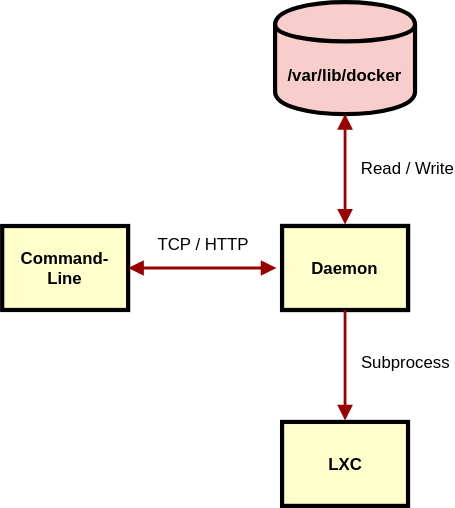
Above: assets/img/docker-work/architecture_2013.svg in CameronLonsdale/CameronLonsdale.github.io (draw.io), before the change. Source tidied: cells renumbered, new cells last; positions are measured from the earlier drawing's top-left corner, leaving out a move shared by most shapes.
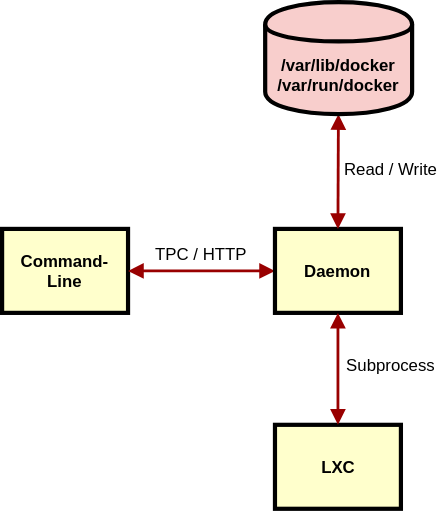
The same diagram one commit later.

Diff of the diagram source:
```diff
@@ -3,44 +3,37 @@
     <mxCell id="0" />
     <mxCell id="1" parent="0" />
     <mxCell id="2" value="Command-Line" style="whiteSpace=wrap;align=center;verticalAlign=middle;fontStyle=1;strokeWidth=3;fillColor=#FFFFCC;" parent="1" vertex="1">
-      <mxGeometry y="160" width="90" height="60" as="geometry" />
+      <mxGeometry x="6" y="-20" width="90" height="60" as="geometry" />
     </mxCell>
-    <mxCell id="3" style="edgeStyle=none;noEdgeStyle=1;strokeColor=#990000;strokeWidth=2;endArrow=block;endFill=1;startArrow=block;startFill=1;" parent="1" edge="1" source="2">
-      <mxGeometry relative="1" as="geometry">
-        <mxPoint x="196" y="190" as="targetPoint" />
-      </mxGeometry>
+    <mxCell id="3" style="edgeStyle=none;noEdgeStyle=1;strokeColor=#990000;strokeWidth=2;endArrow=block;endFill=1;startArrow=block;startFill=1;" parent="1" edge="1" source="2" target="13">
+      <mxGeometry relative="1" as="geometry" />
     </mxCell>
-    <mxCell id="4" value="TCP / HTTP" style="text;spacingTop=-5;align=center;" parent="1" vertex="1">
-      <mxGeometry x="129" y="165" width="30" height="20" as="geometry" />
+    <mxCell id="4" value="TPC / HTTP" style="text;spacingTop=-5;align=center;" parent="1" vertex="1">
+      <mxGeometry x="133.5" y="-10" width="30" height="20" as="geometry" />
     </mxCell>
-    <mxCell id="5" value="Daemon" style="whiteSpace=wrap;align=center;verticalAlign=middle;fontStyle=1;strokeWidth=3;fillColor=#FFFFCC;" parent="1" vertex="1">
-      <mxGeometry x="200" y="160" width="90" height="60" as="geometry" />
-    </mxCell>
+    <mxCell id="13" value="Daemon" style="whiteSpace=wrap;align=center;verticalAlign=middle;fontStyle=1;strokeWidth=3;fillColor=#FFFFCC;" parent="1" vertex="1">
+      <mxGeometry x="201" y="-20" width="90" height="60" as="geometry" />
+    </mxCell>
     <mxCell id="6" value="LXC" style="whiteSpace=wrap;align=center;verticalAlign=middle;fontStyle=1;strokeWidth=3;fillColor=#FFFFCC;" parent="1" vertex="1">
-      <mxGeometry x="200" y="300" width="90" height="60" as="geometry" />
+      <mxGeometry x="201" y="120" width="90" height="60" as="geometry" />
     </mxCell>
-    <mxCell id="7" value="Daemon" style="whiteSpace=wrap;align=center;verticalAlign=middle;fontStyle=1;strokeWidth=3;fillColor=#FFFFCC;" parent="1" vertex="1">
-      <mxGeometry x="200" y="160" width="90" height="60" as="geometry" />
-    </mxCell>
-    <mxCell id="8" value="/var/lib/docker" style="shape=cylinder;whiteSpace=wrap;html=1;boundedLbl=1;backgroundOutline=1;fillColor=#f8cecc;strokeColor=#000000;strokeWidth=3;fontStyle=1;" parent="1" vertex="1">
-      <mxGeometry x="195" width="100" height="80" as="geometry" />
-    </mxCell>
-    <mxCell id="9" style="edgeStyle=none;noEdgeStyle=1;strokeColor=#990000;strokeWidth=2;endArrow=block;endFill=1;entryX=0.5;entryY=1;entryDx=0;entryDy=0;startArrow=block;startFill=1;" parent="1" edge="1" target="8">
-      <mxGeometry relative="1" as="geometry">
-        <mxPoint x="245" y="159" as="sourcePoint" />
-      </mxGeometry>
-    </mxCell>
+    <mxCell id="14" style="edgeStyle=none;noEdgeStyle=1;strokeColor=#990000;strokeWidth=2;endArrow=block;endFill=1;startArrow=block;startFill=1;exitX=0.5;exitY=0;exitDx=0;exitDy=0;" parent="1" edge="1" source="13" target="16">
+      <mxGeometry relative="1" as="geometry" />
+    </mxCell>
+    <mxCell id="15" style="edgeStyle=none;noEdgeStyle=1;strokeColor=#990000;strokeWidth=2;endArrow=block;endFill=1;startArrow=block;startFill=1;entryX=0.5;entryY=1;entryDx=0;entryDy=0;exitX=0.5;exitY=0;exitDx=0;exitDy=0;" parent="1" edge="1">
+      <mxGeometry relative="1" as="geometry">
+        <mxPoint x="246" y="120" as="sourcePoint" />
+        <mxPoint x="246" y="40" as="targetPoint" />
+      </mxGeometry>
+    </mxCell>
-    <mxCell id="10" value="Read / Write&#10;&#10;" style="text;spacingTop=-5;align=center;" parent="1" vertex="1">
-      <mxGeometry x="275" y="110" width="30" height="20" as="geometry" />
+    <mxCell id="10" value="Read / Write" style="text;spacingTop=-5;align=center;" parent="1" vertex="1">
+      <mxGeometry x="269" y="-71" width="30" height="20" as="geometry" />
     </mxCell>
-    <mxCell id="11" style="edgeStyle=none;noEdgeStyle=1;strokeColor=#990000;strokeWidth=2;endArrow=none;endFill=0;entryX=0.5;entryY=1;entryDx=0;entryDy=0;startArrow=block;startFill=1;" parent="1" edge="1">
-      <mxGeometry relative="1" as="geometry">
-        <mxPoint x="245" y="299" as="sourcePoint" />
-        <mxPoint x="245" y="220" as="targetPoint" />
-      </mxGeometry>
-    </mxCell>
-    <mxCell id="12" value="Subprocess&#10;" style="text;spacingTop=-5;align=center;" parent="1" vertex="1">
-      <mxGeometry x="273.5" y="249" width="30" height="20" as="geometry" />
+    <mxCell id="12" value="Subprocess" style="text;spacingTop=-5;align=center;" parent="1" vertex="1">
+      <mxGeometry x="269" y="69" width="30" height="20" as="geometry" />
     </mxCell>
+    <mxCell id="16" value="/var/lib/docker&lt;br&gt;/var/run/docker&lt;br&gt;" style="shape=cylinder;whiteSpace=wrap;html=1;boundedLbl=1;backgroundOutline=1;fillColor=#f8cecc;strokeColor=#000000;strokeWidth=3;fontStyle=1;" parent="1" vertex="1">
+      <mxGeometry x="194" y="-182" width="105" height="80" as="geometry" />
+    </mxCell>
   </root>
 </mxGraphModel>
```
